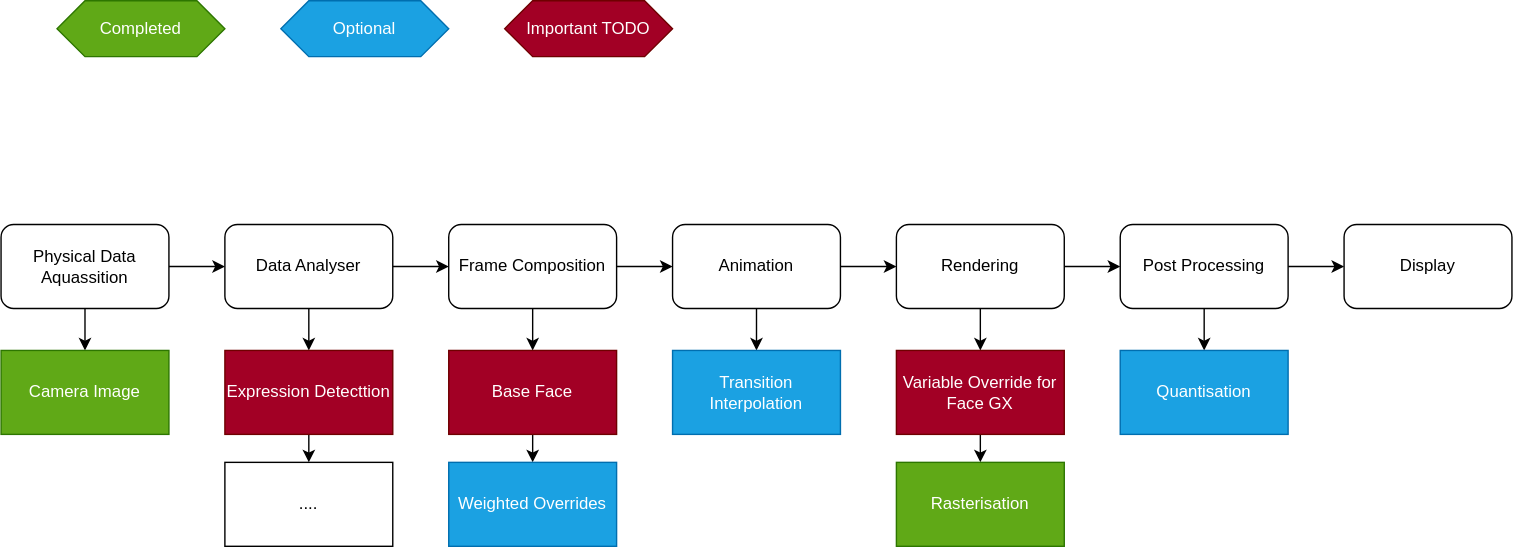
This is docs/Pipeline.drawio.svg from 1Wargear/Face2Led, a draw.io export, as it was before one commit. Source tidied: cells renumbered, new cells last; positions are measured from the earlier drawing's top-left corner, leaving out a move shared by most shapes.
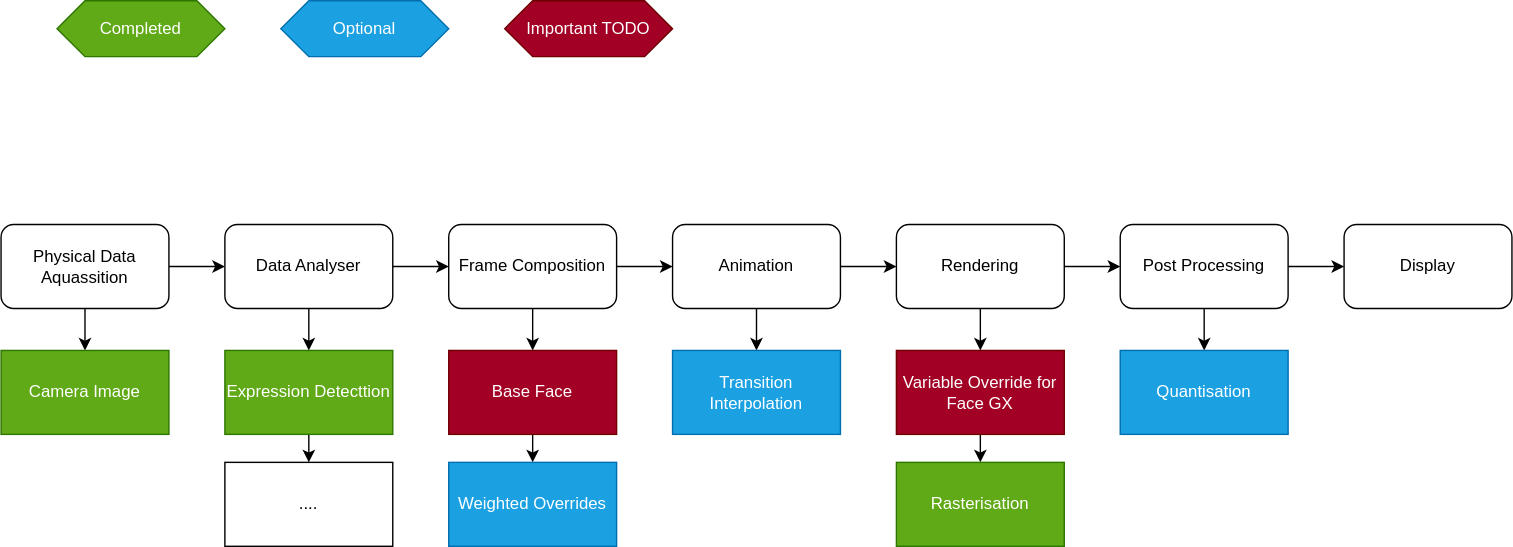
The same diagram one commit later.

The edit, as a diff of the source:
```diff
@@ -56,7 +56,7 @@
     <mxCell id="19" style="edgeStyle=none;html=1;exitX=0.5;exitY=1;exitDx=0;exitDy=0;entryX=0.5;entryY=0;entryDx=0;entryDy=0;" parent="1" edge="1" source="20" target="21">
       <mxGeometry relative="1" as="geometry" />
     </mxCell>
-    <mxCell id="20" value="Expression Detecttion" style="rounded=0;whiteSpace=wrap;html=1;fillColor=#a20025;fontColor=#ffffff;strokeColor=#6F0000;" parent="1" vertex="1">
+    <mxCell id="20" value="Expression Detecttion" style="rounded=0;whiteSpace=wrap;html=1;fillColor=#60a917;fontColor=#ffffff;strokeColor=#2D7600;" parent="1" vertex="1">
       <mxGeometry x="160" y="250" width="120" height="60" as="geometry" />
     </mxCell>
     <mxCell id="21" value="...." style="rounded=0;whiteSpace=wrap;html=1;" parent="1" vertex="1">
```
